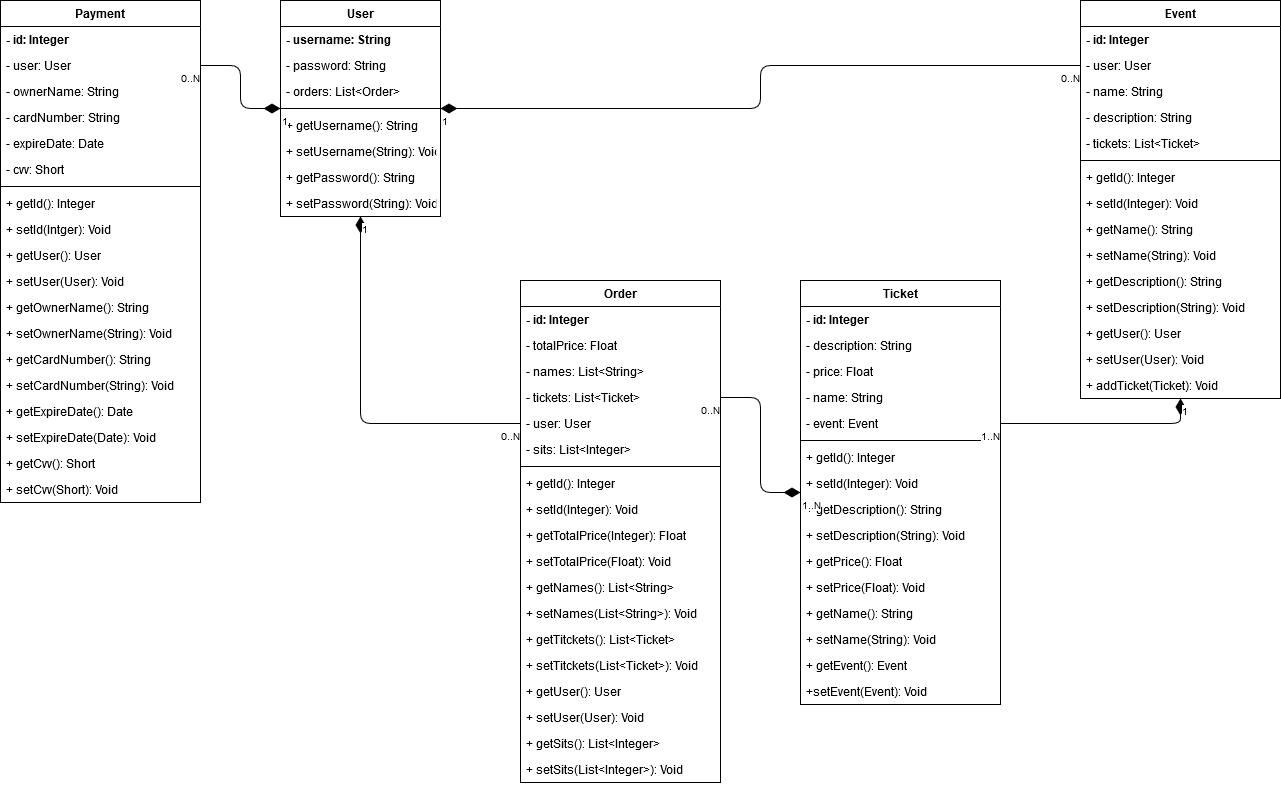
This is pictures/UML.png from SrEstroncio38/PracticaDaD, a draw.io export, as it was before one commit. Source tidied: cells renumbered, new cells last; positions are measured from the earlier drawing's top-left corner, leaving out a move shared by most shapes.
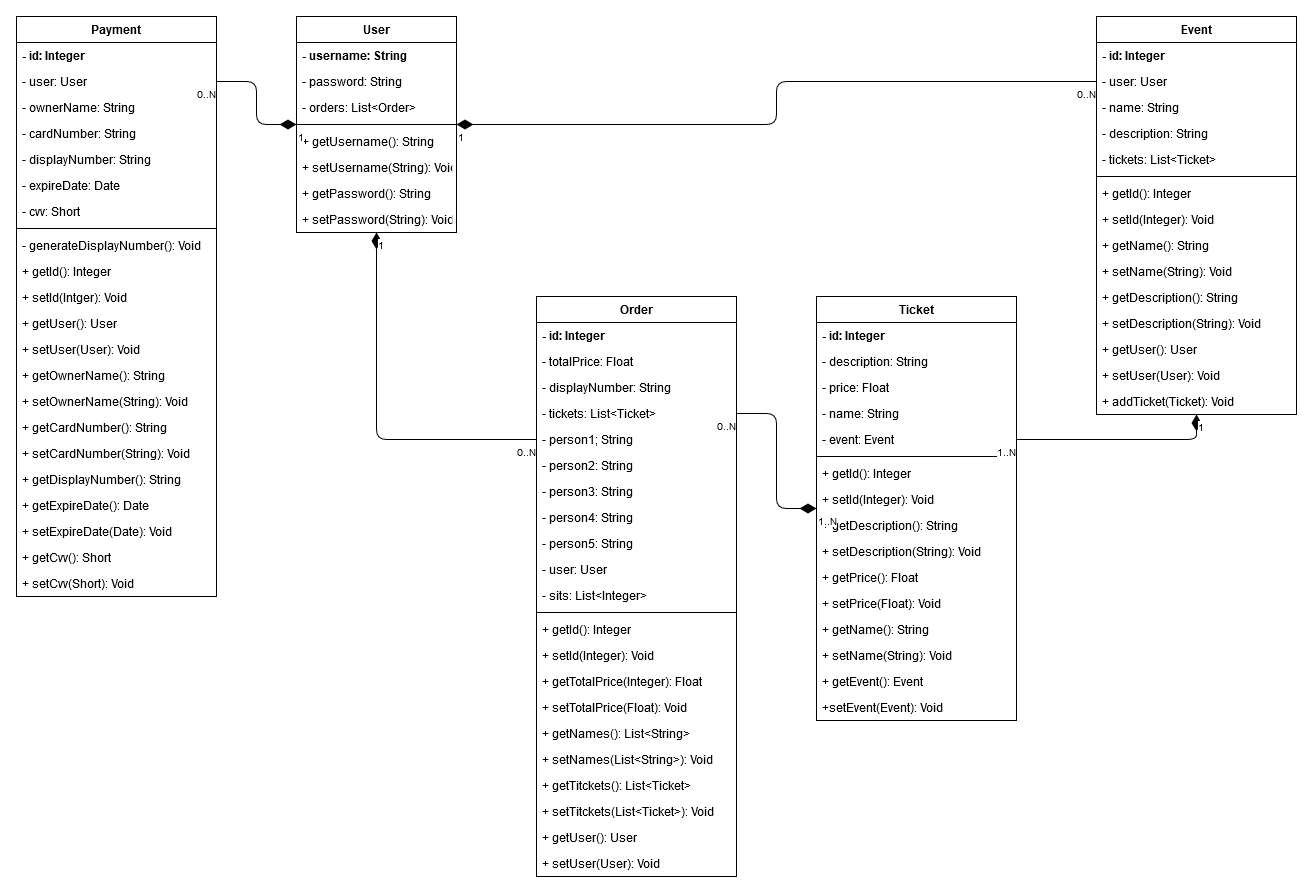
Later version of the same file.

What changed in the source:
```diff
@@ -87,7 +87,7 @@
       <mxGeometry x="1" relative="1" as="geometry" />
     </mxCell>
     <mxCell id="30" value="Payment" style="swimlane;fontStyle=1;align=center;verticalAlign=top;horizontal=1;startSize=26;" parent="1" vertex="1">
-      <mxGeometry width="200" height="502" as="geometry" />
+      <mxGeometry width="200" height="580" as="geometry" />
     </mxCell>
     <mxCell id="31" value="- id: Integer" style="text;strokeColor=none;fillColor=none;align=left;verticalAlign=top;spacingLeft=4;spacingRight=4;overflow=hidden;fontStyle=1;" parent="30" vertex="1">
       <mxGeometry y="26" width="200" height="26" as="geometry" />
@@ -101,50 +101,59 @@
     <mxCell id="34" value="- cardNumber: String" style="text;strokeColor=none;fillColor=none;align=left;verticalAlign=top;spacingLeft=4;spacingRight=4;overflow=hidden;fontStyle=0;" parent="30" vertex="1">
       <mxGeometry y="104" width="200" height="26" as="geometry" />
     </mxCell>
+    <mxCell id="99" value="- displayNumber: String" style="text;strokeColor=none;fillColor=none;align=left;verticalAlign=top;spacingLeft=4;spacingRight=4;overflow=hidden;fontStyle=0;" parent="30" vertex="1">
+      <mxGeometry y="130" width="200" height="26" as="geometry" />
+    </mxCell>
     <mxCell id="35" value="- expireDate: Date" style="text;strokeColor=none;fillColor=none;align=left;verticalAlign=top;spacingLeft=4;spacingRight=4;overflow=hidden;fontStyle=0;" parent="30" vertex="1">
-      <mxGeometry y="130" width="200" height="26" as="geometry" />
+      <mxGeometry y="156" width="200" height="26" as="geometry" />
     </mxCell>
     <mxCell id="36" value="- cvv: Short" style="text;strokeColor=none;fillColor=none;align=left;verticalAlign=top;spacingLeft=4;spacingRight=4;overflow=hidden;fontStyle=0;" parent="30" vertex="1">
-      <mxGeometry y="156" width="200" height="26" as="geometry" />
+      <mxGeometry y="182" width="200" height="26" as="geometry" />
     </mxCell>
     <mxCell id="37" style="line;strokeWidth=1;fillColor=none;align=left;verticalAlign=middle;spacingTop=-1;spacingLeft=3;spacingRight=3;labelPosition=right;" parent="30" vertex="1">
-      <mxGeometry y="182" width="200" height="8" as="geometry" />
+      <mxGeometry y="208" width="200" height="8" as="geometry" />
     </mxCell>
+    <mxCell id="100" value="- generateDisplayNumber(): Void" style="text;strokeColor=none;fillColor=none;align=left;verticalAlign=top;spacingLeft=4;spacingRight=4;overflow=hidden;" parent="30" vertex="1">
+      <mxGeometry y="216" width="200" height="26" as="geometry" />
+    </mxCell>
     <mxCell id="38" value="+ getId(): Integer" style="text;strokeColor=none;fillColor=none;align=left;verticalAlign=top;spacingLeft=4;spacingRight=4;overflow=hidden;" parent="30" vertex="1">
-      <mxGeometry y="190" width="200" height="26" as="geometry" />
+      <mxGeometry y="242" width="200" height="26" as="geometry" />
     </mxCell>
     <mxCell id="39" value="+ setId(Intger): Void" style="text;strokeColor=none;fillColor=none;align=left;verticalAlign=top;spacingLeft=4;spacingRight=4;overflow=hidden;" parent="30" vertex="1">
-      <mxGeometry y="216" width="200" height="26" as="geometry" />
+      <mxGeometry y="268" width="200" height="26" as="geometry" />
     </mxCell>
     <mxCell id="40" value="+ getUser(): User" style="text;strokeColor=none;fillColor=none;align=left;verticalAlign=top;spacingLeft=4;spacingRight=4;overflow=hidden;" parent="30" vertex="1">
-      <mxGeometry y="242" width="200" height="26" as="geometry" />
+      <mxGeometry y="294" width="200" height="26" as="geometry" />
     </mxCell>
     <mxCell id="41" value="+ setUser(User): Void" style="text;strokeColor=none;fillColor=none;align=left;verticalAlign=top;spacingLeft=4;spacingRight=4;overflow=hidden;" parent="30" vertex="1">
-      <mxGeometry y="268" width="200" height="26" as="geometry" />
+      <mxGeometry y="320" width="200" height="26" as="geometry" />
     </mxCell>
     <mxCell id="42" value="+ getOwnerName(): String" style="text;strokeColor=none;fillColor=none;align=left;verticalAlign=top;spacingLeft=4;spacingRight=4;overflow=hidden;" parent="30" vertex="1">
-      <mxGeometry y="294" width="200" height="26" as="geometry" />
+      <mxGeometry y="346" width="200" height="26" as="geometry" />
     </mxCell>
     <mxCell id="43" value="+ setOwnerName(String): Void" style="text;strokeColor=none;fillColor=none;align=left;verticalAlign=top;spacingLeft=4;spacingRight=4;overflow=hidden;" parent="30" vertex="1">
-      <mxGeometry y="320" width="200" height="26" as="geometry" />
+      <mxGeometry y="372" width="200" height="26" as="geometry" />
     </mxCell>
     <mxCell id="44" value="+ getCardNumber(): String" style="text;strokeColor=none;fillColor=none;align=left;verticalAlign=top;spacingLeft=4;spacingRight=4;overflow=hidden;" parent="30" vertex="1">
-      <mxGeometry y="346" width="200" height="26" as="geometry" />
+      <mxGeometry y="398" width="200" height="26" as="geometry" />
     </mxCell>
     <mxCell id="45" value="+ setCardNumber(String): Void" style="text;strokeColor=none;fillColor=none;align=left;verticalAlign=top;spacingLeft=4;spacingRight=4;overflow=hidden;" parent="30" vertex="1">
-      <mxGeometry y="372" width="200" height="26" as="geometry" />
+      <mxGeometry y="424" width="200" height="26" as="geometry" />
     </mxCell>
+    <mxCell id="101" value="+ getDisplayNumber(): String" style="text;strokeColor=none;fillColor=none;align=left;verticalAlign=top;spacingLeft=4;spacingRight=4;overflow=hidden;" parent="30" vertex="1">
+      <mxGeometry y="450" width="200" height="26" as="geometry" />
+    </mxCell>
     <mxCell id="46" value="+ getExpireDate(): Date" style="text;strokeColor=none;fillColor=none;align=left;verticalAlign=top;spacingLeft=4;spacingRight=4;overflow=hidden;" parent="30" vertex="1">
-      <mxGeometry y="398" width="200" height="26" as="geometry" />
+      <mxGeometry y="476" width="200" height="26" as="geometry" />
     </mxCell>
     <mxCell id="47" value="+ setExpireDate(Date): Void" style="text;strokeColor=none;fillColor=none;align=left;verticalAlign=top;spacingLeft=4;spacingRight=4;overflow=hidden;" parent="30" vertex="1">
-      <mxGeometry y="424" width="200" height="26" as="geometry" />
+      <mxGeometry y="502" width="200" height="26" as="geometry" />
     </mxCell>
     <mxCell id="48" value="+ getCvv(): Short" style="text;strokeColor=none;fillColor=none;align=left;verticalAlign=top;spacingLeft=4;spacingRight=4;overflow=hidden;" parent="30" vertex="1">
-      <mxGeometry y="450" width="200" height="26" as="geometry" />
+      <mxGeometry y="528" width="200" height="26" as="geometry" />
     </mxCell>
     <mxCell id="49" value="+ setCvv(Short): Void" style="text;strokeColor=none;fillColor=none;align=left;verticalAlign=top;spacingLeft=4;spacingRight=4;overflow=hidden;" parent="30" vertex="1">
-      <mxGeometry y="476" width="200" height="26" as="geometry" />
+      <mxGeometry y="554" width="200" height="26" as="geometry" />
     </mxCell>
     <mxCell id="50" style="endArrow=none;html=1;endSize=12;startArrow=diamondThin;startSize=14;startFill=1;edgeStyle=orthogonalEdgeStyle;shadow=0;strokeWidth=1;entryX=1;entryY=0.5;entryDx=0;entryDy=0;endFill=0;" parent="1" edge="1" source="2" target="32">
       <mxGeometry relative="1" as="geometry" />
@@ -156,7 +165,7 @@
       <mxGeometry x="1" relative="1" as="geometry" />
     </mxCell>
     <mxCell id="53" value="Order" style="swimlane;fontStyle=1;align=center;verticalAlign=top;horizontal=1;startSize=26;" parent="1" vertex="1">
-      <mxGeometry x="520" y="280" width="200" height="502" as="geometry" />
+      <mxGeometry x="520" y="280" width="200" height="580" as="geometry" />
     </mxCell>
     <mxCell id="54" value="- id: Integer" style="text;strokeColor=none;fillColor=none;align=left;verticalAlign=top;spacingLeft=4;spacingRight=4;overflow=hidden;fontStyle=1;" parent="53" vertex="1">
       <mxGeometry y="26" width="200" height="26" as="geometry" />
@@ -164,57 +173,66 @@
     <mxCell id="55" value="- totalPrice: Float" style="text;strokeColor=none;fillColor=none;align=left;verticalAlign=top;spacingLeft=4;spacingRight=4;overflow=hidden;fontStyle=0;" parent="53" vertex="1">
       <mxGeometry y="52" width="200" height="26" as="geometry" />
     </mxCell>
-    <mxCell id="56" value="- names: List&lt;String&gt;" style="text;strokeColor=none;fillColor=none;align=left;verticalAlign=top;spacingLeft=4;spacingRight=4;overflow=hidden;fontStyle=0;" parent="53" vertex="1">
-      <mxGeometry y="78" width="200" height="26" as="geometry" />
-    </mxCell>
+    <mxCell id="102" value="- displayNumber: String" style="text;strokeColor=none;fillColor=none;align=left;verticalAlign=top;spacingLeft=4;spacingRight=4;overflow=hidden;fontStyle=0;" parent="53" vertex="1">
+      <mxGeometry y="78" width="200" height="26" as="geometry" />
+    </mxCell>
     <mxCell id="57" value="- tickets: List&lt;Ticket&gt;" style="text;strokeColor=none;fillColor=none;align=left;verticalAlign=top;spacingLeft=4;spacingRight=4;overflow=hidden;points=[[0,0.5],[1,0.5]];portConstraint=eastwest;fontStyle=0;" parent="53" vertex="1">
       <mxGeometry y="104" width="200" height="26" as="geometry" />
     </mxCell>
-    <mxCell id="58" value="- user: User" style="text;strokeColor=none;fillColor=none;align=left;verticalAlign=top;spacingLeft=4;spacingRight=4;overflow=hidden;points=[[0,0.5],[1,0.5]];portConstraint=eastwest;fontStyle=0;" parent="53" vertex="1">
+    <mxCell id="58" value="- person1; String" style="text;strokeColor=none;fillColor=none;align=left;verticalAlign=top;spacingLeft=4;spacingRight=4;overflow=hidden;points=[[0,0.5],[1,0.5]];portConstraint=eastwest;fontStyle=0;" parent="53" vertex="1">
       <mxGeometry y="130" width="200" height="26" as="geometry" />
     </mxCell>
+    <mxCell id="103" value="- person2: String" style="text;strokeColor=none;fillColor=none;align=left;verticalAlign=top;spacingLeft=4;spacingRight=4;overflow=hidden;fontStyle=0;" parent="53" vertex="1">
+      <mxGeometry y="156" width="200" height="26" as="geometry" />
+    </mxCell>
+    <mxCell id="104" value="- person3: String" style="text;strokeColor=none;fillColor=none;align=left;verticalAlign=top;spacingLeft=4;spacingRight=4;overflow=hidden;fontStyle=0;" parent="53" vertex="1">
+      <mxGeometry y="182" width="200" height="26" as="geometry" />
+    </mxCell>
+    <mxCell id="105" value="- person4: String" style="text;strokeColor=none;fillColor=none;align=left;verticalAlign=top;spacingLeft=4;spacingRight=4;overflow=hidden;fontStyle=0;" parent="53" vertex="1">
+      <mxGeometry y="208" width="200" height="26" as="geometry" />
+    </mxCell>
+    <mxCell id="106" value="- person5: String" style="text;strokeColor=none;fillColor=none;align=left;verticalAlign=top;spacingLeft=4;spacingRight=4;overflow=hidden;fontStyle=0;" parent="53" vertex="1">
+      <mxGeometry y="234" width="200" height="26" as="geometry" />
+    </mxCell>
+    <mxCell id="107" value="- user: User" style="text;strokeColor=none;fillColor=none;align=left;verticalAlign=top;spacingLeft=4;spacingRight=4;overflow=hidden;fontStyle=0;" parent="53" vertex="1">
+      <mxGeometry y="260" width="200" height="26" as="geometry" />
+    </mxCell>
     <mxCell id="59" value="- sits: List&lt;Integer&gt;" style="text;strokeColor=none;fillColor=none;align=left;verticalAlign=top;spacingLeft=4;spacingRight=4;overflow=hidden;fontStyle=0;" parent="53" vertex="1">
-      <mxGeometry y="156" width="200" height="26" as="geometry" />
+      <mxGeometry y="286" width="200" height="26" as="geometry" />
     </mxCell>
     <mxCell id="60" style="line;strokeWidth=1;fillColor=none;align=left;verticalAlign=middle;spacingTop=-1;spacingLeft=3;spacingRight=3;labelPosition=right;" parent="53" vertex="1">
-      <mxGeometry y="182" width="200" height="8" as="geometry" />
+      <mxGeometry y="312" width="200" height="8" as="geometry" />
     </mxCell>
     <mxCell id="61" value="+ getId(): Integer" style="text;strokeColor=none;fillColor=none;align=left;verticalAlign=top;spacingLeft=4;spacingRight=4;overflow=hidden;" parent="53" vertex="1">
-      <mxGeometry y="190" width="200" height="26" as="geometry" />
+      <mxGeometry y="320" width="200" height="26" as="geometry" />
     </mxCell>
     <mxCell id="62" value="+ setId(Integer): Void" style="text;strokeColor=none;fillColor=none;align=left;verticalAlign=top;spacingLeft=4;spacingRight=4;overflow=hidden;" parent="53" vertex="1">
-      <mxGeometry y="216" width="200" height="26" as="geometry" />
+      <mxGeometry y="346" width="200" height="26" as="geometry" />
     </mxCell>
     <mxCell id="63" value="+ getTotalPrice(Integer): Float" style="text;strokeColor=none;fillColor=none;align=left;verticalAlign=top;spacingLeft=4;spacingRight=4;overflow=hidden;" parent="53" vertex="1">
-      <mxGeometry y="242" width="200" height="26" as="geometry" />
+      <mxGeometry y="372" width="200" height="26" as="geometry" />
     </mxCell>
     <mxCell id="64" value="+ setTotalPrice(Float): Void" style="text;strokeColor=none;fillColor=none;align=left;verticalAlign=top;spacingLeft=4;spacingRight=4;overflow=hidden;" parent="53" vertex="1">
-      <mxGeometry y="268" width="200" height="26" as="geometry" />
+      <mxGeometry y="398" width="200" height="26" as="geometry" />
     </mxCell>
     <mxCell id="65" value="+ getNames(): List&lt;String&gt;" style="text;strokeColor=none;fillColor=none;align=left;verticalAlign=top;spacingLeft=4;spacingRight=4;overflow=hidden;" parent="53" vertex="1">
-      <mxGeometry y="294" width="200" height="26" as="geometry" />
+      <mxGeometry y="424" width="200" height="26" as="geometry" />
     </mxCell>
     <mxCell id="66" value="+ setNames(List&lt;String&gt;): Void" style="text;strokeColor=none;fillColor=none;align=left;verticalAlign=top;spacingLeft=4;spacingRight=4;overflow=hidden;" parent="53" vertex="1">
-      <mxGeometry y="320" width="200" height="26" as="geometry" />
+      <mxGeometry y="450" width="200" height="26" as="geometry" />
     </mxCell>
     <mxCell id="67" value="+ getTitckets(): List&lt;Ticket&gt;" style="text;strokeColor=none;fillColor=none;align=left;verticalAlign=top;spacingLeft=4;spacingRight=4;overflow=hidden;" parent="53" vertex="1">
-      <mxGeometry y="346" width="200" height="26" as="geometry" />
+      <mxGeometry y="476" width="200" height="26" as="geometry" />
     </mxCell>
     <mxCell id="68" value="+ setTitckets(List&lt;Ticket&gt;): Void" style="text;strokeColor=none;fillColor=none;align=left;verticalAlign=top;spacingLeft=4;spacingRight=4;overflow=hidden;" parent="53" vertex="1">
-      <mxGeometry y="372" width="200" height="26" as="geometry" />
+      <mxGeometry y="502" width="200" height="26" as="geometry" />
     </mxCell>
     <mxCell id="69" value="+ getUser(): User" style="text;strokeColor=none;fillColor=none;align=left;verticalAlign=top;spacingLeft=4;spacingRight=4;overflow=hidden;" parent="53" vertex="1">
-      <mxGeometry y="398" width="200" height="26" as="geometry" />
+      <mxGeometry y="528" width="200" height="26" as="geometry" />
     </mxCell>
     <mxCell id="70" value="+ setUser(User): Void" style="text;strokeColor=none;fillColor=none;align=left;verticalAlign=top;spacingLeft=4;spacingRight=4;overflow=hidden;" parent="53" vertex="1">
-      <mxGeometry y="424" width="200" height="26" as="geometry" />
+      <mxGeometry y="554" width="200" height="26" as="geometry" />
     </mxCell>
-    <mxCell id="71" value="+ getSits(): List&lt;Integer&gt;" style="text;strokeColor=none;fillColor=none;align=left;verticalAlign=top;spacingLeft=4;spacingRight=4;overflow=hidden;" parent="53" vertex="1">
-      <mxGeometry y="450" width="200" height="26" as="geometry" />
-    </mxCell>
-    <mxCell id="72" value="+ setSits(List&lt;Integer&gt;): Void" style="text;strokeColor=none;fillColor=none;align=left;verticalAlign=top;spacingLeft=4;spacingRight=4;overflow=hidden;" parent="53" vertex="1">
-      <mxGeometry y="476" width="200" height="26" as="geometry" />
-    </mxCell>
     <mxCell id="73" value="Ticket" style="swimlane;fontStyle=1;align=center;verticalAlign=top;horizontal=1;startSize=26;" parent="1" vertex="1">
       <mxGeometry x="800" y="280" width="200" height="424" as="geometry" />
     </mxCell>
```
